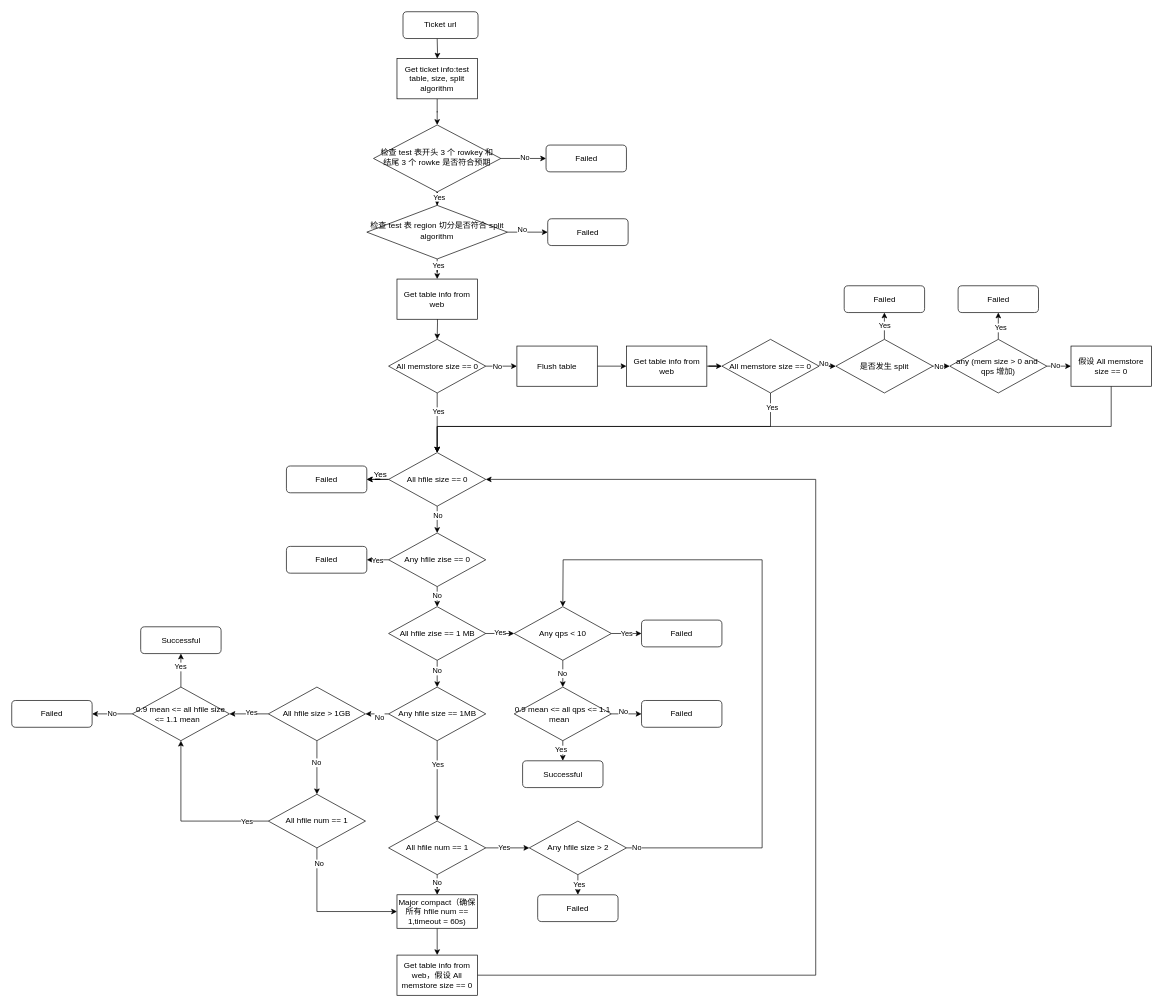
The draw.io diagram Untitled Diagram.drawio in pretendhigh/diagrams, before the edit. Source tidied: cells renumbered, new cells numbered last; positions are measured from the earlier drawing's top-left corner, leaving out a move shared by most shapes. Both pictures are drawn from the tidied source at 67%, with x=0, y=0 at pixel (11, 11).
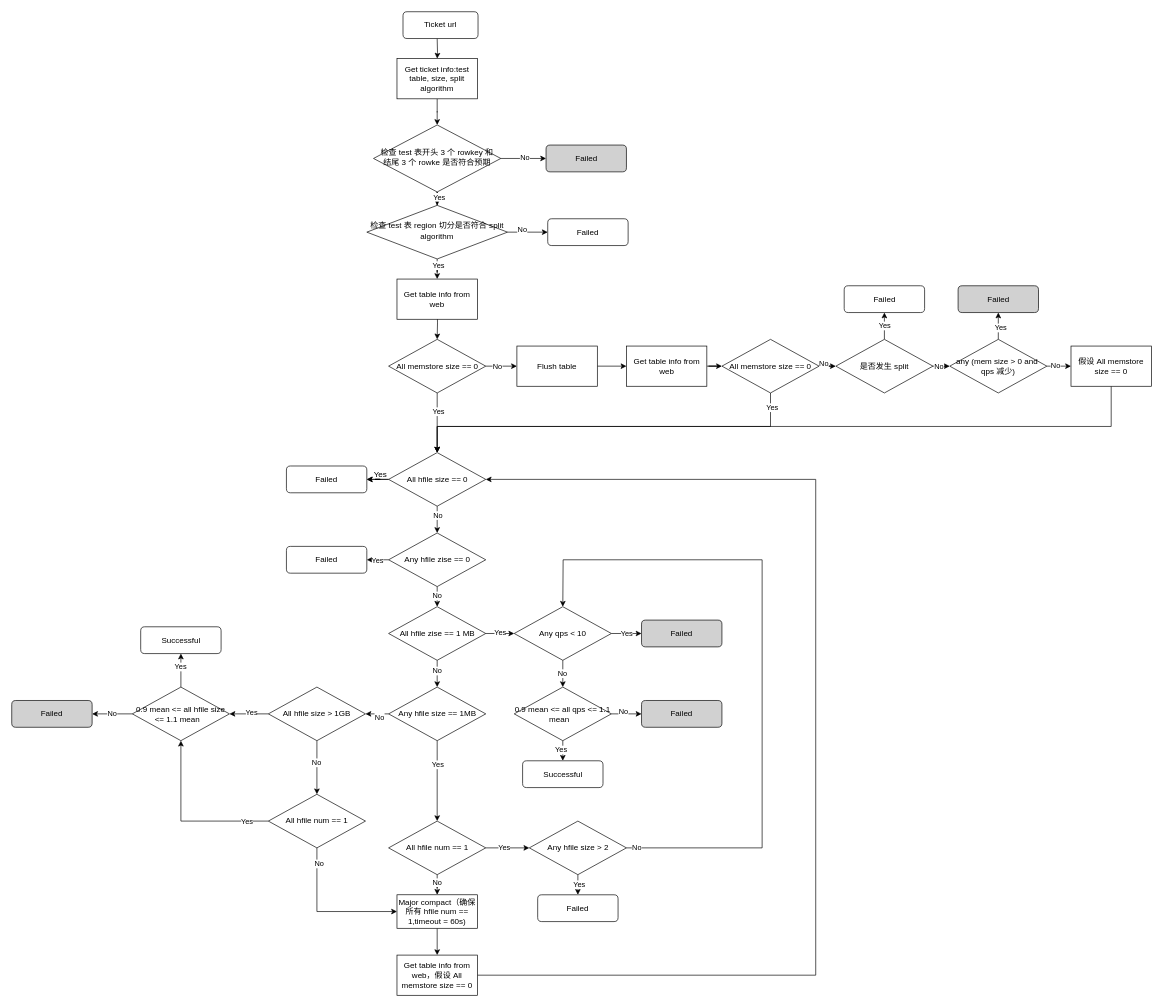
After the change.

Diff of the diagram source:
```diff
@@
-    <mxCell id="9" value="Failed" style="rounded=1;whiteSpace=wrap;html=1;fontSize=12;glass=0;strokeWidth=1;shadow=0;" parent="1" vertex="1">
+    <mxCell id="9" value="Failed" style="rounded=1;whiteSpace=wrap;html=1;fontSize=12;glass=0;strokeWidth=1;shadow=0;fillColor=#D1D1D1;" parent="1" vertex="1">
       <mxGeometry x="797.5" y="199" width="120" height="40" as="geometry" />
     </mxCell>
@@
-    <mxCell id="50" value="Failed" style="rounded=1;whiteSpace=wrap;html=1;fontSize=12;glass=0;strokeWidth=1;shadow=0;" parent="1" vertex="1">
+    <mxCell id="50" value="Failed" style="rounded=1;whiteSpace=wrap;html=1;fontSize=12;glass=0;strokeWidth=1;shadow=0;fillColor=#D1D1D1;" parent="1" vertex="1">
       <mxGeometry x="940" y="908" width="120" height="40" as="geometry" />
     </mxCell>
@@
-    <mxCell id="56" value="Failed" style="rounded=1;whiteSpace=wrap;html=1;fontSize=12;glass=0;strokeWidth=1;shadow=0;" parent="1" vertex="1">
+    <mxCell id="56" value="Failed" style="rounded=1;whiteSpace=wrap;html=1;fontSize=12;glass=0;strokeWidth=1;shadow=0;fillColor=#D1D1D1;" parent="1" vertex="1">
       <mxGeometry x="940" y="1028" width="120" height="40" as="geometry" />
     </mxCell>
@@
-    <mxCell id="86" value="Failed" style="rounded=1;whiteSpace=wrap;html=1;fontSize=12;glass=0;strokeWidth=1;shadow=0;" parent="1" vertex="1">
+    <mxCell id="86" value="Failed" style="rounded=1;whiteSpace=wrap;html=1;fontSize=12;glass=0;strokeWidth=1;shadow=0;fillColor=#D1D1D1;" parent="1" vertex="1">
       <mxGeometry y="1028" width="120" height="40" as="geometry" />
     </mxCell>
@@
-    <mxCell id="112" value="any (mem size &amp;gt; 0 and&amp;nbsp; qps 增加)" style="rhombus;whiteSpace=wrap;html=1;" parent="1" vertex="1">
+    <mxCell id="112" value="any (mem size &amp;gt; 0 and&amp;nbsp; qps 减少)" style="rhombus;whiteSpace=wrap;html=1;" parent="1" vertex="1">
       <mxGeometry x="1400" y="489" width="145" height="80" as="geometry" />
     </mxCell>
-    <mxCell id="113" value="Failed" style="rounded=1;whiteSpace=wrap;html=1;fontSize=12;glass=0;strokeWidth=1;shadow=0;" parent="1" vertex="1">
+    <mxCell id="113" value="Failed" style="rounded=1;whiteSpace=wrap;html=1;fontSize=12;glass=0;strokeWidth=1;shadow=0;fillColor=#D1D1D1;" parent="1" vertex="1">
       <mxGeometry x="1412.5" y="409" width="120" height="40" as="geometry" />
     </mxCell>
```
